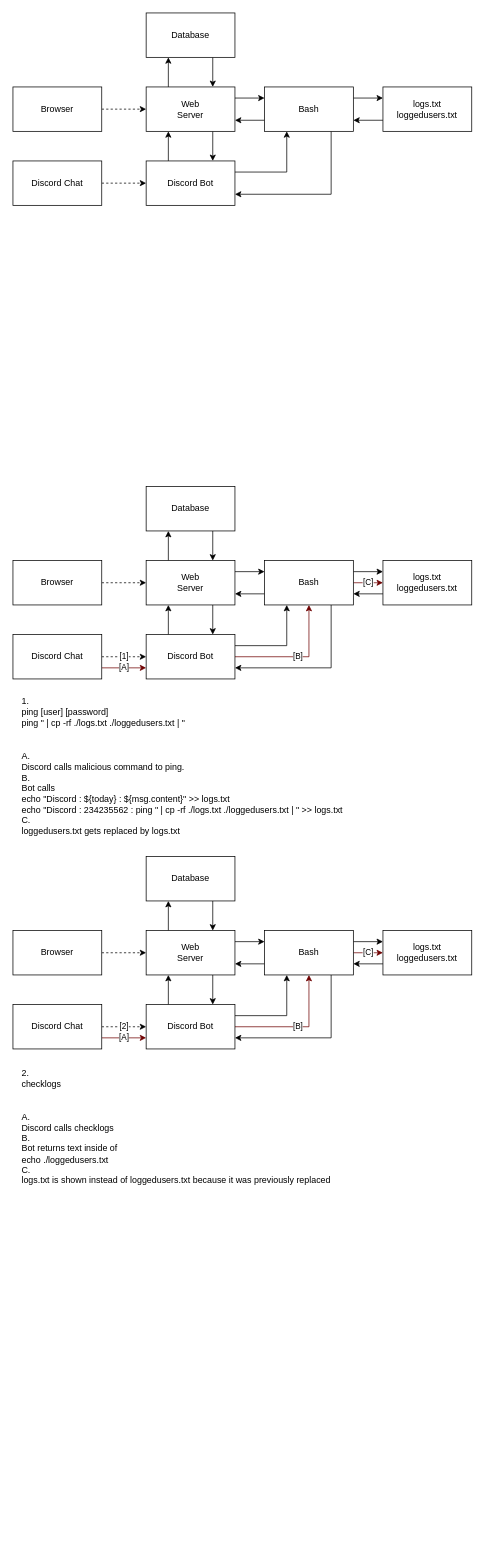
Before: GeorgeFolder/Design/Design Document for Schematic 04112022.drawio in wtriddle/ECE4311-Project, a draw.io diagram. Source tidied: cells renumbered, new cells numbered last; positions are measured from the earlier drawing's top-left corner, leaving out a move shared by most shapes. Both pictures are drawn from the tidied source at 74%, with x=0, y=0 at pixel (13, 13).
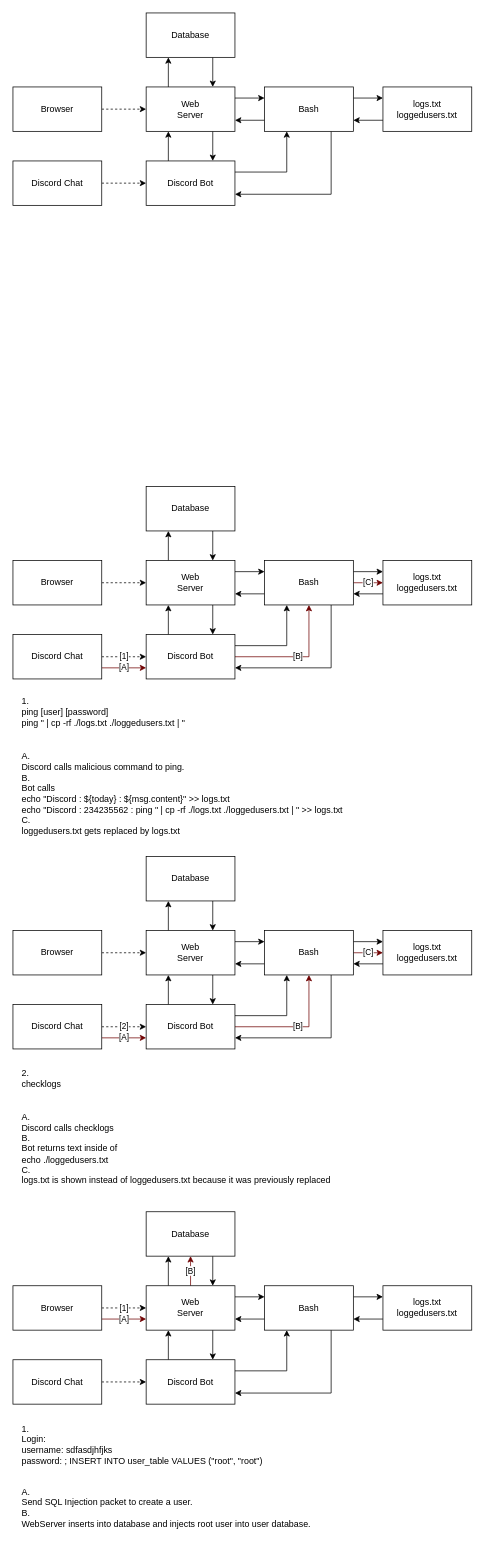
Above is the later version.

What changed in the source:
```diff
@@
+    <mxCell id="69" style="edgeStyle=orthogonalEdgeStyle;rounded=0;jettySize=auto;html=1;exitX=0.25;exitY=0;exitDx=0;exitDy=0;entryX=0.25;entryY=1;entryDx=0;entryDy=0;" parent="1" edge="1" source="71" target="82">
+      <mxGeometry relative="1" as="geometry" />
+    </mxCell>
+    <mxCell id="70" style="edgeStyle=orthogonalEdgeStyle;rounded=0;jettySize=auto;html=1;exitX=1;exitY=0.25;exitDx=0;exitDy=0;entryX=0.25;entryY=1;entryDx=0;entryDy=0;" parent="1" edge="1" source="71" target="77">
+      <mxGeometry relative="1" as="geometry" />
+    </mxCell>
+    <mxCell id="71" value="Discord Bot" style="rounded=0;whiteSpace=wrap;html=1;" parent="1" vertex="1">
+      <mxGeometry x="180" y="1820" width="120" height="60" as="geometry" />
+    </mxCell>
+    <mxCell id="72" style="edgeStyle=orthogonalEdgeStyle;rounded=0;jettySize=auto;html=1;exitX=0.75;exitY=1;exitDx=0;exitDy=0;entryX=0.75;entryY=0;entryDx=0;entryDy=0;" parent="1" edge="1" source="73" target="82">
+      <mxGeometry relative="1" as="geometry" />
+    </mxCell>
+    <mxCell id="73" value="Database" style="rounded=0;whiteSpace=wrap;html=1;" parent="1" vertex="1">
+      <mxGeometry x="180" y="1620" width="120" height="60" as="geometry" />
+    </mxCell>
+    <mxCell id="74" style="edgeStyle=orthogonalEdgeStyle;rounded=0;jettySize=auto;html=1;exitX=0;exitY=0.75;exitDx=0;exitDy=0;entryX=1;entryY=0.75;entryDx=0;entryDy=0;" parent="1" edge="1" source="77" target="82">
+      <mxGeometry relative="1" as="geometry" />
+    </mxCell>
+    <mxCell id="75" style="edgeStyle=orthogonalEdgeStyle;rounded=0;jettySize=auto;html=1;exitX=1;exitY=0.25;exitDx=0;exitDy=0;entryX=0;entryY=0.25;entryDx=0;entryDy=0;" parent="1" edge="1" source="77" target="90">
+      <mxGeometry relative="1" as="geometry" />
+    </mxCell>
+    <mxCell id="76" style="edgeStyle=orthogonalEdgeStyle;rounded=0;jettySize=auto;html=1;exitX=0.75;exitY=1;exitDx=0;exitDy=0;entryX=1;entryY=0.75;entryDx=0;entryDy=0;" parent="1" edge="1" source="77" target="71">
+      <mxGeometry relative="1" as="geometry" />
+    </mxCell>
+    <mxCell id="77" value="Bash" style="rounded=0;whiteSpace=wrap;html=1;" parent="1" vertex="1">
+      <mxGeometry x="340" y="1720" width="120" height="60" as="geometry" />
+    </mxCell>
+    <mxCell id="78" style="edgeStyle=orthogonalEdgeStyle;rounded=0;jettySize=auto;html=1;exitX=0.75;exitY=1;exitDx=0;exitDy=0;entryX=0.75;entryY=0;entryDx=0;entryDy=0;" parent="1" edge="1" source="82" target="71">
+      <mxGeometry relative="1" as="geometry" />
+    </mxCell>
+    <mxCell id="79" style="edgeStyle=orthogonalEdgeStyle;rounded=0;jettySize=auto;html=1;exitX=0.25;exitY=0;exitDx=0;exitDy=0;entryX=0.25;entryY=1;entryDx=0;entryDy=0;" parent="1" edge="1" source="82" target="73">
+      <mxGeometry relative="1" as="geometry" />
+    </mxCell>
+    <mxCell id="80" style="edgeStyle=orthogonalEdgeStyle;rounded=0;jettySize=auto;html=1;exitX=1;exitY=0.25;exitDx=0;exitDy=0;entryX=0;entryY=0.25;entryDx=0;entryDy=0;" parent="1" edge="1" source="82" target="77">
+      <mxGeometry relative="1" as="geometry" />
+    </mxCell>
+    <mxCell id="81" value="[B]" style="edgeStyle=orthogonalEdgeStyle;rounded=0;jettySize=auto;html=1;exitX=0.5;exitY=0;exitDx=0;exitDy=0;entryX=0.5;entryY=1;entryDx=0;entryDy=0;fillColor=#a20025;strokeColor=#6F0000;" parent="1" edge="1" source="82" target="73">
+      <mxGeometry relative="1" as="geometry" />
+    </mxCell>
+    <mxCell id="82" value="Web &lt;br&gt;Server" style="rounded=0;whiteSpace=wrap;html=1;" parent="1" vertex="1">
+      <mxGeometry x="180" y="1720" width="120" height="60" as="geometry" />
+    </mxCell>
+    <mxCell id="83" style="edgeStyle=orthogonalEdgeStyle;rounded=0;jettySize=auto;html=1;exitX=1;exitY=0.5;exitDx=0;exitDy=0;entryX=0;entryY=0.5;entryDx=0;entryDy=0;dashed=1;" parent="1" edge="1" source="84" target="71">
+      <mxGeometry relative="1" as="geometry">
+        <Array as="points">
+          <mxPoint x="150" y="1850" />
+          <mxPoint x="150" y="1850" />
+        </Array>
+      </mxGeometry>
+    </mxCell>
+    <mxCell id="84" value="Discord Chat" style="rounded=0;whiteSpace=wrap;html=1;" parent="1" vertex="1">
+      <mxGeometry y="1820" width="120" height="60" as="geometry" />
+    </mxCell>
+    <mxCell id="85" value="[1]" style="edgeStyle=orthogonalEdgeStyle;rounded=0;jettySize=auto;html=1;exitX=1;exitY=0.5;exitDx=0;exitDy=0;entryX=0;entryY=0.5;entryDx=0;entryDy=0;dashed=1;" parent="1" edge="1" source="87" target="82">
+      <mxGeometry relative="1" as="geometry" />
+    </mxCell>
+    <mxCell id="86" value="[A]" style="edgeStyle=orthogonalEdgeStyle;rounded=0;jettySize=auto;html=1;exitX=1;exitY=0.75;exitDx=0;exitDy=0;entryX=0;entryY=0.75;entryDx=0;entryDy=0;fillColor=#a20025;strokeColor=#6F0000;" parent="1" edge="1" source="87" target="82">
+      <mxGeometry relative="1" as="geometry" />
+    </mxCell>
+    <mxCell id="87" value="Browser" style="rounded=0;whiteSpace=wrap;html=1;" parent="1" vertex="1">
+      <mxGeometry y="1720" width="120" height="60" as="geometry" />
+    </mxCell>
+    <mxCell id="88" value="1.&lt;br&gt;Login:&lt;br&gt;&lt;span&gt;&#9;&lt;/span&gt;username: sdfasdjhfjks&lt;br&gt;&lt;span&gt;&#9;&lt;/span&gt;password: ;&amp;nbsp;INSERT INTO user_table VALUES (&quot;root&quot;, &quot;root&quot;)" style="text;html=1;strokeColor=none;fillColor=none;align=left;verticalAlign=middle;whiteSpace=wrap;rounded=0;" parent="1" vertex="1">
+      <mxGeometry x="10" y="1900" width="340" height="70" as="geometry" />
+    </mxCell>
+    <mxCell id="89" style="edgeStyle=orthogonalEdgeStyle;rounded=0;jettySize=auto;html=1;exitX=0;exitY=0.75;exitDx=0;exitDy=0;entryX=1;entryY=0.75;entryDx=0;entryDy=0;" parent="1" edge="1" source="90" target="77">
+      <mxGeometry relative="1" as="geometry" />
+    </mxCell>
+    <mxCell id="90" value="logs.txt&lt;br&gt;loggedusers.txt" style="rounded=0;whiteSpace=wrap;html=1;" parent="1" vertex="1">
+      <mxGeometry x="500" y="1720" width="120" height="60" as="geometry" />
+    </mxCell>
+    <mxCell id="91" value="A.&lt;br&gt;Send SQL Injection packet to create a user.&lt;br&gt;B.&lt;br&gt;WebServer inserts into database and injects root user into user database." style="text;html=1;strokeColor=none;fillColor=none;align=left;verticalAlign=middle;whiteSpace=wrap;rounded=0;" parent="1" vertex="1">
+      <mxGeometry x="10" y="1980" width="530" height="80" as="geometry" />
+    </mxCell>
```
